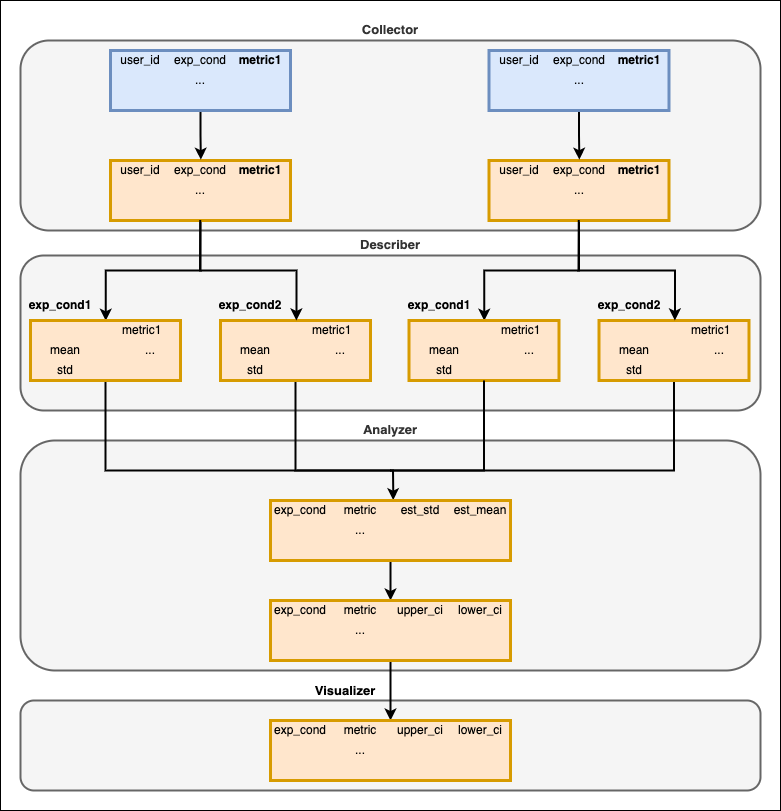
Above: images/data_arch.drawio.png in kylekovac/abautomator-swipe (draw.io), before the change. Source tidied: cells renumbered, new cells last; positions are measured from the earlier drawing's top-left corner, leaving out a move shared by most shapes.
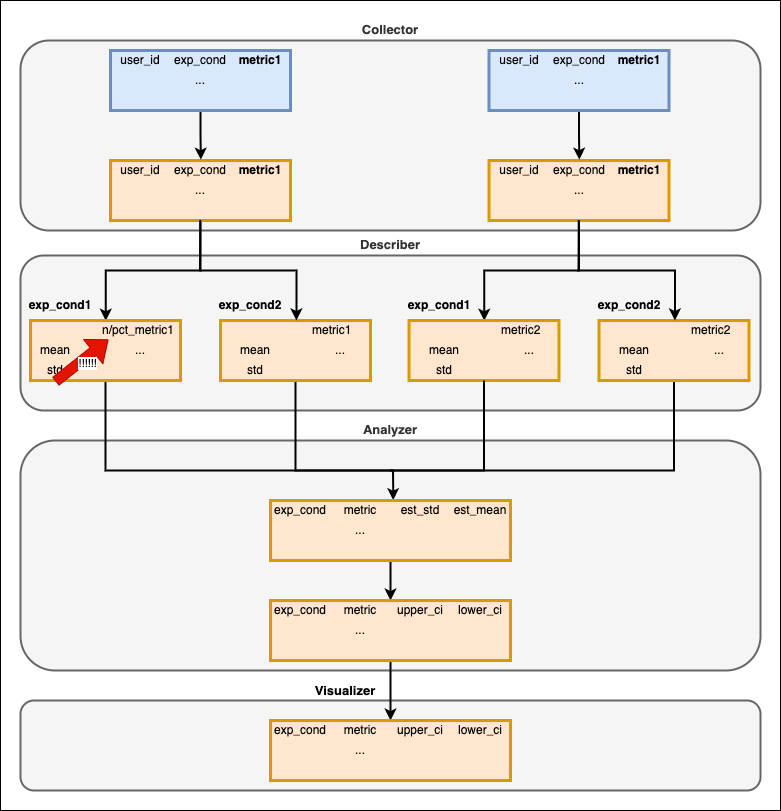
The same diagram one commit later.

Change to the diagram source:
```diff
@@ -75,38 +75,44 @@
       <mxGeometry width="150" height="20" as="geometry" />
     </mxCell>
     <mxCell id="24" style="shape=partialRectangle;html=1;whiteSpace=wrap;fillColor=none;top=0;left=0;bottom=0;right=0;overflow=hidden;" parent="23" vertex="1">
-      <mxGeometry width="70" height="20" as="geometry" />
+      <mxGeometry width="50" height="20" as="geometry" />
     </mxCell>
     <mxCell id="25" style="shape=partialRectangle;html=1;whiteSpace=wrap;fillColor=none;top=0;left=0;bottom=0;right=0;overflow=hidden;" parent="23" vertex="1">
-      <mxGeometry x="70" width="20" height="20" as="geometry" />
+      <mxGeometry x="50" width="20" height="20" as="geometry" />
     </mxCell>
-    <mxCell id="26" value="metric1" style="shape=partialRectangle;html=1;whiteSpace=wrap;fillColor=none;top=0;left=0;bottom=0;right=0;overflow=hidden;align=left;" parent="23" vertex="1">
-      <mxGeometry x="90" width="60" height="20" as="geometry" />
+    <mxCell id="26" value="n/pct_metric1" style="shape=partialRectangle;html=1;whiteSpace=wrap;fillColor=none;top=0;left=0;bottom=0;right=0;overflow=hidden;align=left;" parent="23" vertex="1">
+      <mxGeometry x="70" width="80" height="20" as="geometry" />
     </mxCell>
     <mxCell id="27" style="shape=partialRectangle;html=1;whiteSpace=wrap;fillColor=none;top=0;left=0;bottom=0;right=0;points=[[0,0.5],[1,0.5]];portConstraint=eastwest;" parent="22" vertex="1">
       <mxGeometry y="20" width="150" height="20" as="geometry" />
     </mxCell>
     <mxCell id="28" value="mean" style="shape=partialRectangle;html=1;whiteSpace=wrap;fillColor=none;top=0;left=0;bottom=0;right=0;overflow=hidden;" parent="27" vertex="1">
-      <mxGeometry width="70" height="20" as="geometry" />
+      <mxGeometry width="50" height="20" as="geometry" />
     </mxCell>
     <mxCell id="29" style="shape=partialRectangle;html=1;whiteSpace=wrap;fillColor=none;top=0;left=0;bottom=0;right=0;overflow=hidden;strokeWidth=3;" parent="27" vertex="1">
-      <mxGeometry x="70" width="20" height="20" as="geometry" />
+      <mxGeometry x="50" width="20" height="20" as="geometry" />
     </mxCell>
     <mxCell id="30" value="..." style="shape=partialRectangle;html=1;whiteSpace=wrap;fillColor=none;top=0;left=0;bottom=0;right=0;overflow=hidden;" parent="27" vertex="1">
-      <mxGeometry x="90" width="60" height="20" as="geometry" />
+      <mxGeometry x="70" width="80" height="20" as="geometry" />
     </mxCell>
     <mxCell id="31" style="shape=partialRectangle;html=1;whiteSpace=wrap;fillColor=none;top=0;left=0;bottom=0;right=0;points=[[0,0.5],[1,0.5]];portConstraint=eastwest;" parent="22" vertex="1">
       <mxGeometry y="40" width="150" height="20" as="geometry" />
     </mxCell>
     <mxCell id="32" value="std" style="shape=partialRectangle;html=1;whiteSpace=wrap;fillColor=none;top=0;left=0;bottom=0;right=0;overflow=hidden;" parent="31" vertex="1">
-      <mxGeometry width="70" height="20" as="geometry" />
+      <mxGeometry width="50" height="20" as="geometry" />
     </mxCell>
     <mxCell id="33" style="shape=partialRectangle;html=1;whiteSpace=wrap;fillColor=none;top=0;left=0;bottom=0;right=0;overflow=hidden;" parent="31" vertex="1">
-      <mxGeometry x="70" width="20" height="20" as="geometry" />
+      <mxGeometry x="50" width="20" height="20" as="geometry" />
     </mxCell>
     <mxCell id="34" style="shape=partialRectangle;html=1;whiteSpace=wrap;fillColor=none;top=0;left=0;bottom=0;right=0;overflow=hidden;" parent="31" vertex="1">
-      <mxGeometry x="90" width="60" height="20" as="geometry" />
+      <mxGeometry x="70" width="80" height="20" as="geometry" />
     </mxCell>
+    <mxCell id="176" style="shape=flexArrow;endArrow=classic;html=1;rounded=0;fillColor=#e51400;strokeColor=#B20000;exitX=0.167;exitY=1.05;exitDx=0;exitDy=0;exitPerimeter=0;labelPosition=center;verticalLabelPosition=bottom;align=center;verticalAlign=top;entryX=0.52;entryY=-0.05;entryDx=0;entryDy=0;entryPerimeter=0;" parent="22" edge="1" source="31" target="27">
+      <mxGeometry relative="1" as="geometry" />
+    </mxCell>
+    <mxCell id="177" value="!!!!!!" style="edgeLabel;html=1;align=center;verticalAlign=middle;" parent="176" vertex="1">
+      <mxGeometry x="0.07" y="-5" relative="1" as="geometry" />
+    </mxCell>
     <mxCell id="35" value="&lt;b&gt;exp_cond1&lt;/b&gt;" style="text;html=1;strokeColor=none;fillColor=none;align=center;verticalAlign=middle;whiteSpace=wrap;rounded=0;" parent="1" vertex="1">
       <mxGeometry x="30" y="290" width="60" height="30" as="geometry" />
     </mxCell>
@@ -259,7 +265,7 @@
     <mxCell id="83" style="shape=partialRectangle;html=1;whiteSpace=wrap;fillColor=none;top=0;left=0;bottom=0;right=0;overflow=hidden;" parent="81" vertex="1">
       <mxGeometry x="70" width="20" height="20" as="geometry" />
     </mxCell>
-    <mxCell id="84" value="metric1" style="shape=partialRectangle;html=1;whiteSpace=wrap;fillColor=none;top=0;left=0;bottom=0;right=0;overflow=hidden;align=left;" parent="81" vertex="1">
+    <mxCell id="84" value="metric2" style="shape=partialRectangle;html=1;whiteSpace=wrap;fillColor=none;top=0;left=0;bottom=0;right=0;overflow=hidden;align=left;" parent="81" vertex="1">
       <mxGeometry x="90" width="60" height="20" as="geometry" />
     </mxCell>
     <mxCell id="85" style="shape=partialRectangle;html=1;whiteSpace=wrap;fillColor=none;top=0;left=0;bottom=0;right=0;" parent="80" vertex="1">
@@ -310,7 +316,7 @@
     <mxCell id="98" style="shape=partialRectangle;html=1;whiteSpace=wrap;fillColor=none;top=0;left=0;bottom=0;right=0;overflow=hidden;" parent="96" vertex="1">
       <mxGeometry x="70" width="20" height="20" as="geometry" />
     </mxCell>
-    <mxCell id="99" value="metric1" style="shape=partialRectangle;html=1;whiteSpace=wrap;fillColor=none;top=0;left=0;bottom=0;right=0;overflow=hidden;align=left;" parent="96" vertex="1">
+    <mxCell id="99" value="metric2" style="shape=partialRectangle;html=1;whiteSpace=wrap;fillColor=none;top=0;left=0;bottom=0;right=0;overflow=hidden;align=left;" parent="96" vertex="1">
       <mxGeometry x="90" width="60" height="20" as="geometry" />
     </mxCell>
     <mxCell id="100" style="shape=partialRectangle;html=1;whiteSpace=wrap;fillColor=none;top=0;left=0;bottom=0;right=0;" parent="95" vertex="1">
```
